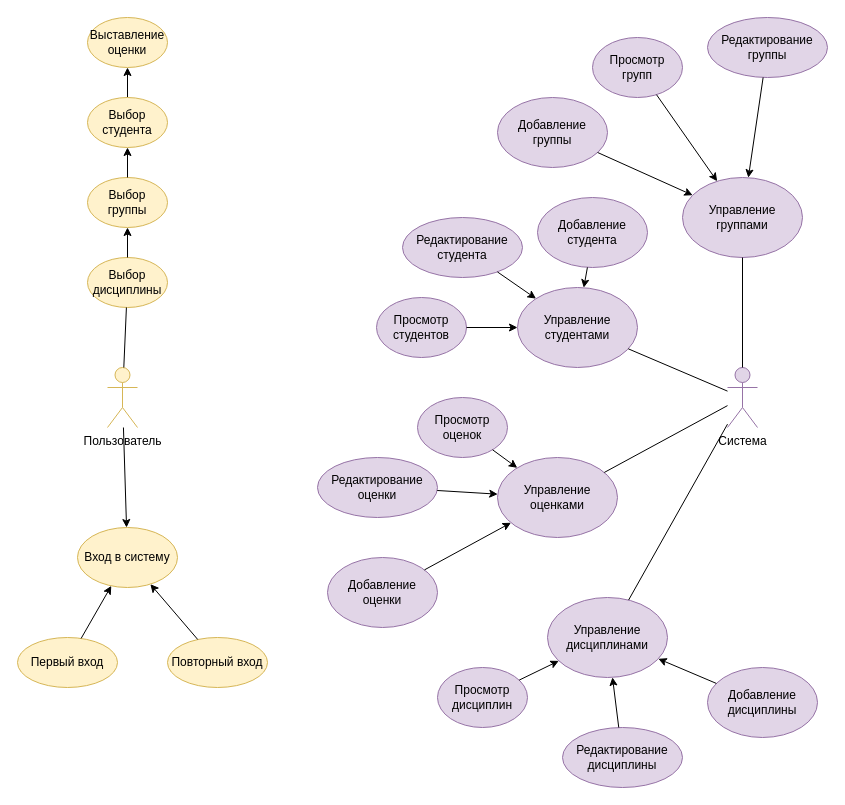
PaulMatthewss/PP2 keeps this draw.io diagram as UseCase-Diagramm.drawio. Above is the earlier version. Source tidied: cells renumbered, new cells numbered last; positions are measured from the earlier drawing's top-left corner, leaving out a move shared by most shapes. Both pictures are drawn from the tidied source at 100%, with x=0, y=0 at pixel (17, 17).
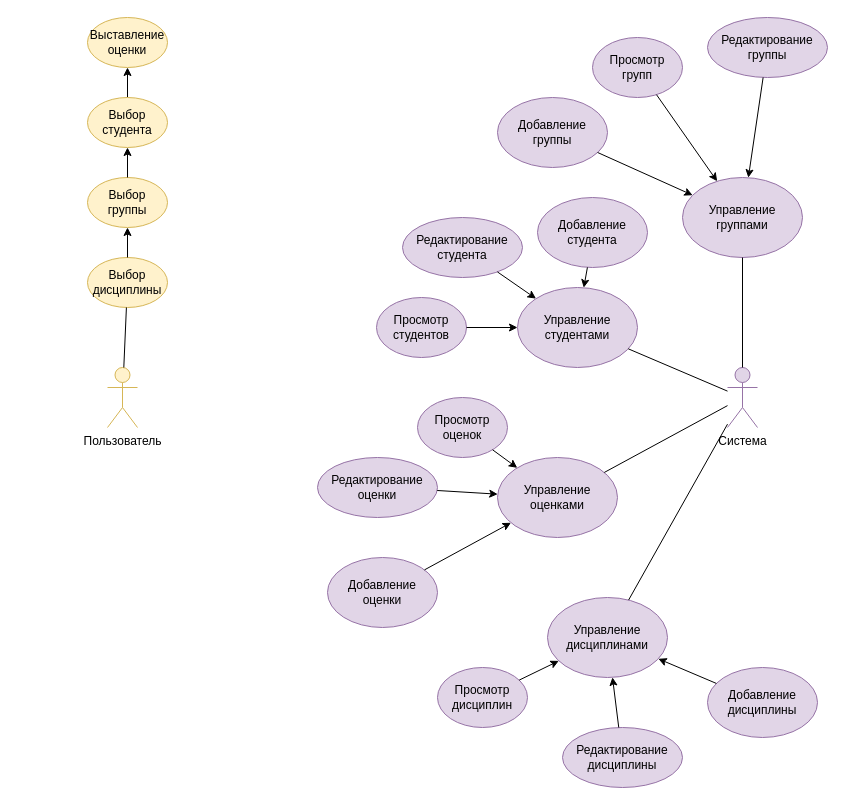
The same page after the edit.

The change refers to these unchanged cells:
```xml
<mxCell id="2" value="Пользователь" style="shape=umlActor;verticalLabelPosition=bottom;verticalAlign=top;html=1;outlineConnect=0;align=center;labelBackgroundColor=none;fillColor=#fff2cc;strokeColor=#d6b656;" parent="1" vertex="1">
  <mxGeometry x="90" y="350" width="30" height="60" as="geometry" />
</mxCell>
```

What changed in the source:
```diff
@@
-    <mxCell id="44" value="Вход в систему" style="ellipse;whiteSpace=wrap;html=1;fillColor=#fff2cc;strokeColor=#d6b656;" parent="1" vertex="1">
-      <mxGeometry x="60" y="510" width="100" height="60" as="geometry" />
-    </mxCell>
-    <mxCell id="45" style="endArrow=classic;html=1;rounded=0;" parent="1" edge="1" source="2" target="44">
-      <mxGeometry relative="1" as="geometry" />
-    </mxCell>
-    <mxCell id="46" value="Первый вход" style="ellipse;whiteSpace=wrap;html=1;fillColor=#fff2cc;strokeColor=#d6b656;" parent="1" vertex="1">
-      <mxGeometry y="620" width="100" height="50" as="geometry" />
-    </mxCell>
-    <mxCell id="47" value="Повторный вход" style="ellipse;whiteSpace=wrap;html=1;fillColor=#fff2cc;strokeColor=#d6b656;" parent="1" vertex="1">
-      <mxGeometry x="150" y="620" width="100" height="50" as="geometry" />
-    </mxCell>
-    <mxCell id="48" style="endArrow=classic;html=1;rounded=0;" parent="1" edge="1" source="46" target="44">
-      <mxGeometry relative="1" as="geometry" />
-    </mxCell>
-    <mxCell id="49" style="endArrow=classic;html=1;rounded=0;" parent="1" edge="1" source="47" target="44">
-      <mxGeometry relative="1" as="geometry" />
-    </mxCell>
```
